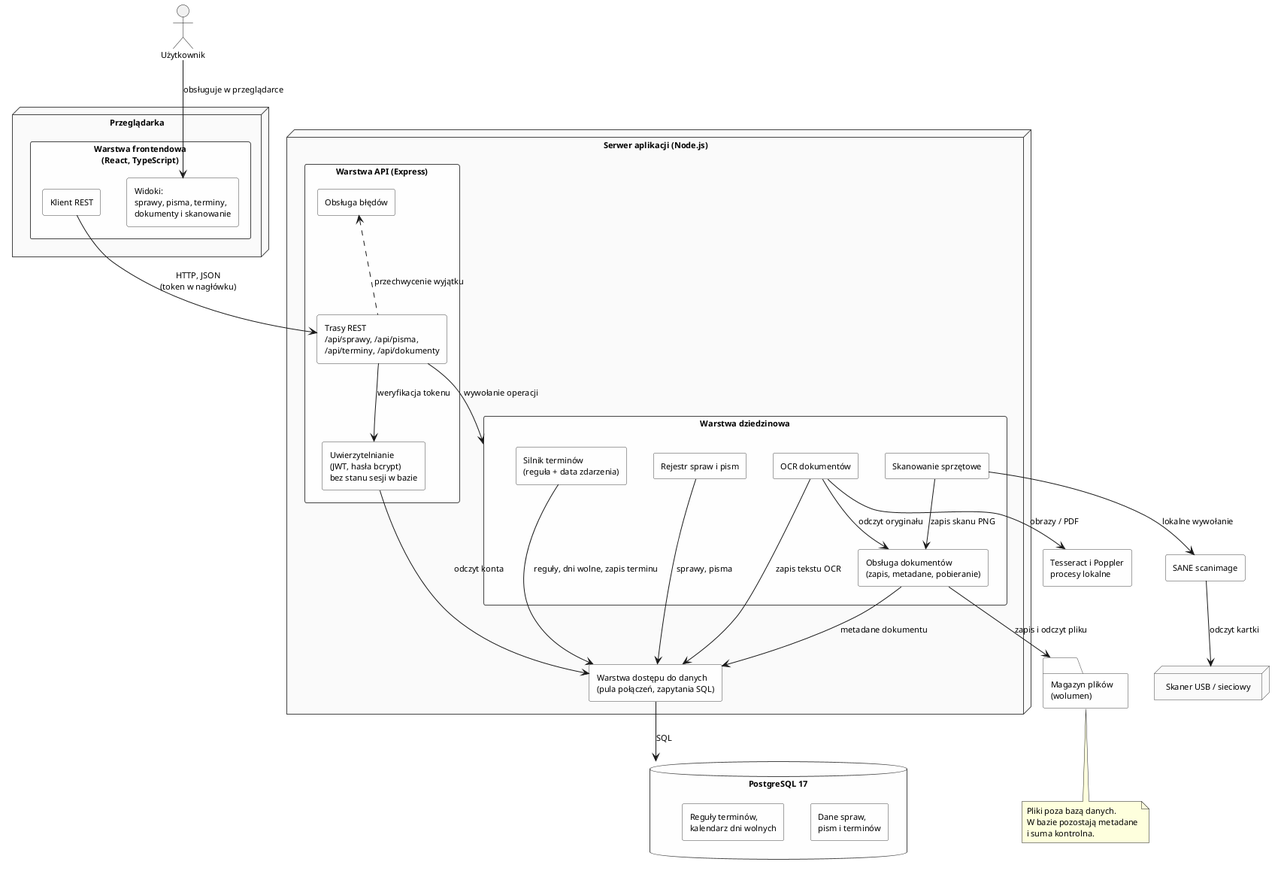
Before: docs/diagramy/architektura.png, a diagram exported from PlantUML (adminroan24/sprawnik).
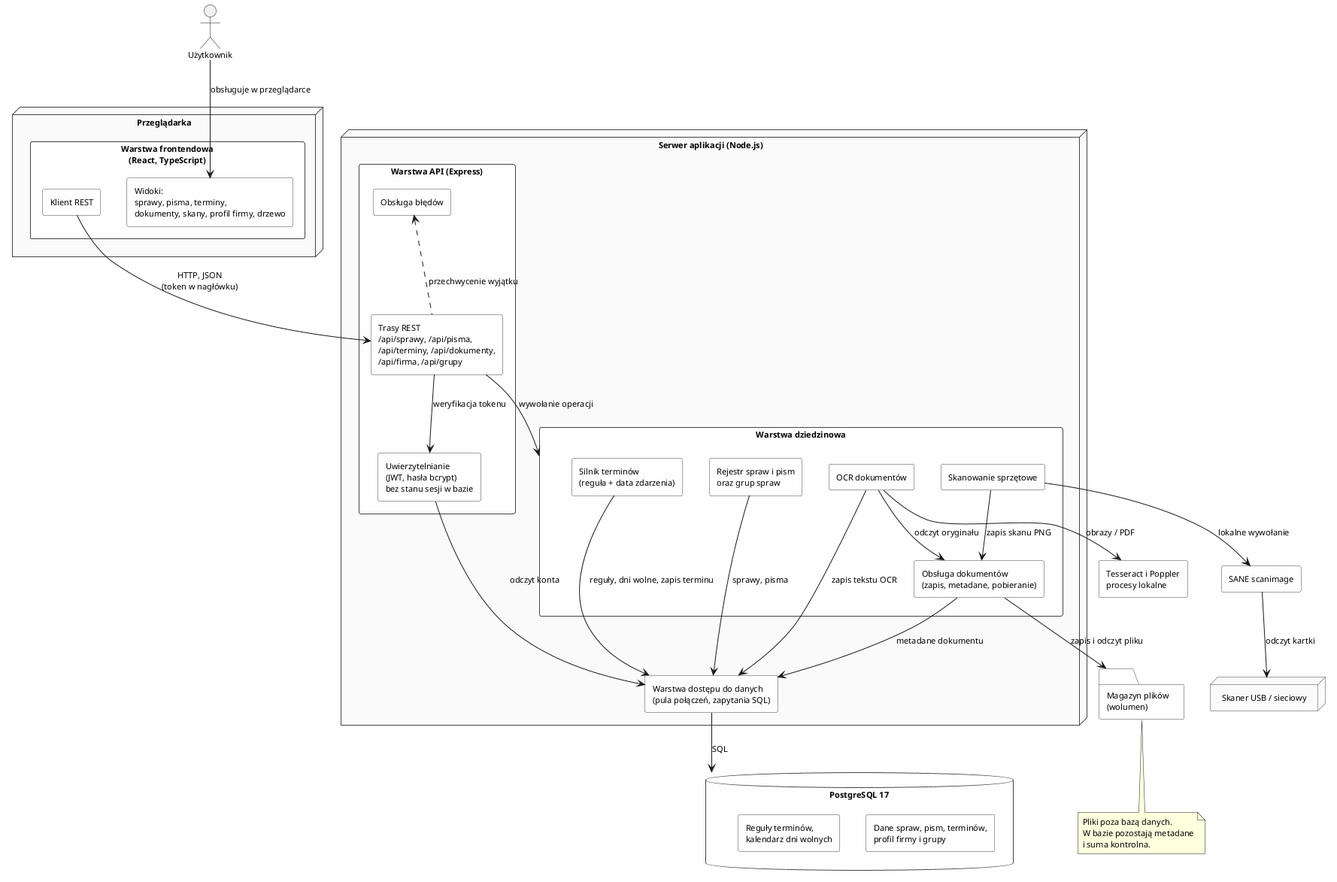
The same diagram one commit later.

The edit, as a diff of the source:
```diff
@@ -25,14 +25,14 @@
 
 node "Przeglądarka" {
   component "Warstwa frontendowa\n(React, TypeScript)" as FE {
-    component "Widoki:\nsprawy, pisma, terminy,\ndokumenty i skanowanie" as WIDOKI
+    component "Widoki:\nsprawy, pisma, terminy,\ndokumenty, skany, profil firmy, drzewo" as WIDOKI
     component "Klient REST" as KLIENT
   }
 }
 
 node "Serwer aplikacji (Node.js)" {
   component "Warstwa API (Express)" as API {
-    component "Trasy REST\n/api/sprawy, /api/pisma,\n/api/terminy, /api/dokumenty" as TRASY
+    component "Trasy REST\n/api/sprawy, /api/pisma,\n/api/terminy, /api/dokumenty,\n/api/firma, /api/grupy" as TRASY
     component "Uwierzytelnianie\n(JWT, hasła bcrypt)\nbez stanu sesji w bazie" as AUTH
     component "Obsługa błędów" as BLEDY
   }
@@ -40,7 +40,7 @@
   component "Warstwa dziedzinowa" as DZIEDZINA {
     component "Silnik terminów\n(reguła + data zdarzenia)" as SILNIK
     component "Obsługa dokumentów\n(zapis, metadane, pobieranie)" as DOKUMENTY
-    component "Rejestr spraw i pism" as REJESTR
+    component "Rejestr spraw i pism\noraz grup spraw" as REJESTR
     component "OCR dokumentów" as OCR
     component "Skanowanie sprzętowe" as SKANOWANIE
   }
@@ -49,7 +49,7 @@
 }
 
 database "PostgreSQL 17" as DB {
-  component "Dane spraw,\npism i terminów" as TABELE
+  component "Dane spraw, pism, terminów,\nprofil firmy i grupy" as TABELE
   component "Reguły terminów,\nkalendarz dni wolnych" as KONFIG
 }
 
```
